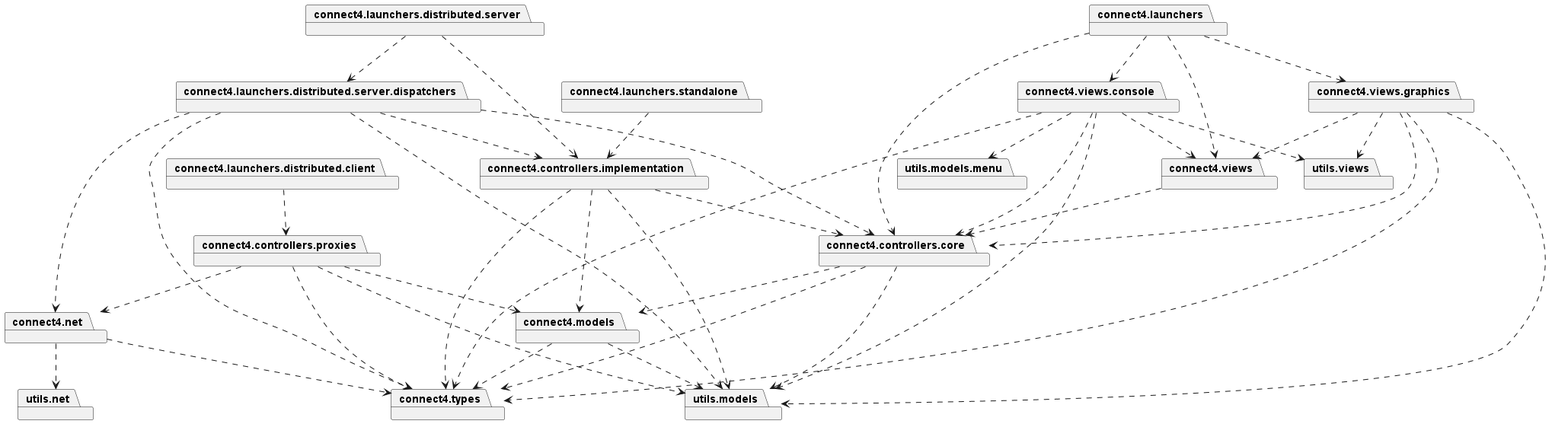
js-rom/connect4 keeps this PlantUML diagram as out/connect4/Docs/diagrams/src/packages/packageDiagramDistributed/packageDiagramDistributed.png. Above is the earlier version.
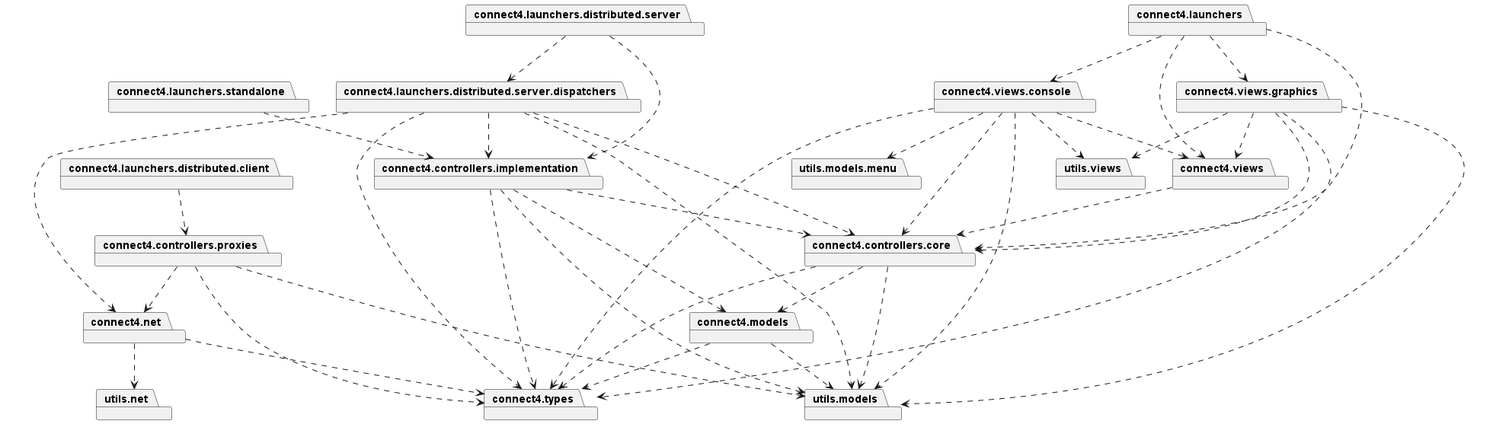
Above is the later version.

Diff of the diagram source:
```diff
@@ -55,7 +55,6 @@
 connect4.controllers.proxies ..> connect4.types
 connect4.controllers.proxies ..> connect4.net
 connect4.controllers.proxies ..> utils.models
-connect4.controllers.proxies ..> connect4.models
 
 connect4.views ..> connect4.controllers.core
 connect4.views.console ..> connect4.controllers.core
```
